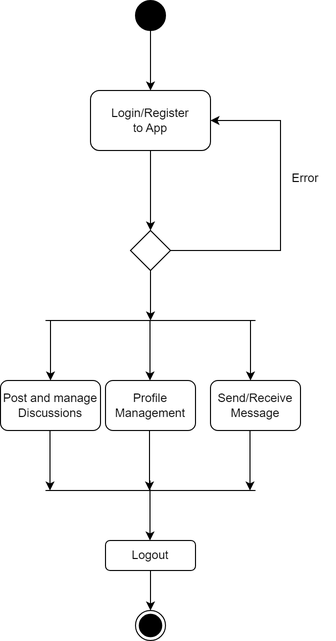
sushantbramhacharya/Labxplorer_documentations keeps this draw.io diagram as Diagrams/Activity.drawio.png. Above is the earlier version. Source tidied: cells renumbered, new cells last; positions are measured from the earlier drawing's top-left corner, leaving out a move shared by most shapes.
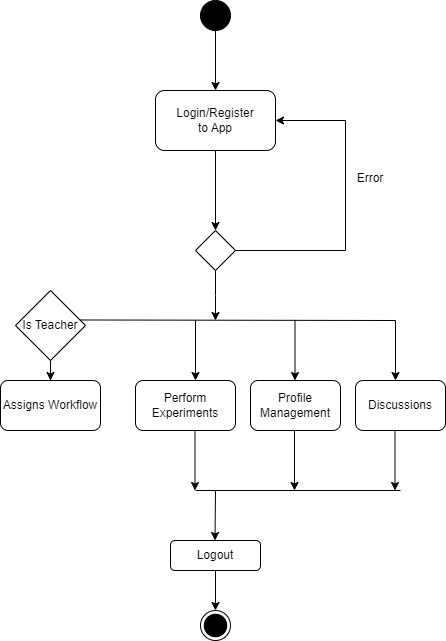
Later version of the same file.

Diff of the diagram source:
```diff
@@ -33,66 +33,65 @@
     <mxCell id="9" value="Error" style="text;html=1;strokeColor=none;fillColor=none;align=center;verticalAlign=middle;whiteSpace=wrap;rounded=0;" parent="1" vertex="1">
       <mxGeometry x="275" y="163" width="60" height="30" as="geometry" />
     </mxCell>
-    <mxCell id="10" style="endArrow=none;html=1;rounded=0;" parent="1" edge="1">
+    <mxCell id="10" style="endArrow=none;html=1;rounded=0;exitX=0.917;exitY=0.421;exitDx=0;exitDy=0;exitPerimeter=0;" parent="1" edge="1" source="28">
       <mxGeometry relative="1" as="geometry">
-        <mxPoint x="45" y="320" as="sourcePoint" />
-        <mxPoint x="255" y="320" as="targetPoint" />
+        <mxPoint x="330" y="320" as="targetPoint" />
       </mxGeometry>
     </mxCell>
     <mxCell id="11" style="endArrow=classic;html=1;rounded=0;" parent="1" edge="1">
       <mxGeometry relative="1" as="geometry">
-        <mxPoint x="50" y="320" as="sourcePoint" />
-        <mxPoint x="50" y="380" as="targetPoint" />
+        <mxPoint x="130" y="320" as="sourcePoint" />
+        <mxPoint x="130" y="380" as="targetPoint" />
       </mxGeometry>
     </mxCell>
     <mxCell id="12" style="endArrow=classic;html=1;rounded=0;" parent="1" edge="1">
       <mxGeometry relative="1" as="geometry">
-        <mxPoint x="250" y="320" as="sourcePoint" />
-        <mxPoint x="250" y="380" as="targetPoint" />
+        <mxPoint x="330" y="320" as="sourcePoint" />
+        <mxPoint x="330" y="380" as="targetPoint" />
       </mxGeometry>
     </mxCell>
     <mxCell id="13" style="endArrow=classic;html=1;rounded=0;" parent="1" edge="1">
       <mxGeometry relative="1" as="geometry">
-        <mxPoint x="149.5" y="320" as="sourcePoint" />
-        <mxPoint x="149.5" y="380" as="targetPoint" />
+        <mxPoint x="229.5" y="320" as="sourcePoint" />
+        <mxPoint x="229.5" y="380" as="targetPoint" />
       </mxGeometry>
     </mxCell>
-    <mxCell id="14" value="Post and manage Discussions" style="rounded=1;whiteSpace=wrap;html=1;" parent="1" vertex="1">
-      <mxGeometry y="380" width="100" height="50" as="geometry" />
+    <mxCell id="14" value="Perform Experiments" style="rounded=1;whiteSpace=wrap;html=1;" parent="1" vertex="1">
+      <mxGeometry x="70" y="380" width="100" height="50" as="geometry" />
     </mxCell>
     <mxCell id="15" value="Profile Management" style="rounded=1;whiteSpace=wrap;html=1;" parent="1" vertex="1">
-      <mxGeometry x="105" y="380" width="90" height="50" as="geometry" />
+      <mxGeometry x="185" y="380" width="90" height="50" as="geometry" />
     </mxCell>
-    <mxCell id="16" value="Send/Receive Message" style="rounded=1;whiteSpace=wrap;html=1;" parent="1" vertex="1">
-      <mxGeometry x="210" y="380" width="90" height="50" as="geometry" />
+    <mxCell id="16" value="Discussions" style="rounded=1;whiteSpace=wrap;html=1;" parent="1" vertex="1">
+      <mxGeometry x="290" y="380" width="90" height="50" as="geometry" />
     </mxCell>
     <mxCell id="17" style="endArrow=classic;html=1;rounded=0;" parent="1" edge="1">
       <mxGeometry relative="1" as="geometry">
-        <mxPoint x="49.5" y="430" as="sourcePoint" />
-        <mxPoint x="49.5" y="490" as="targetPoint" />
+        <mxPoint x="129.5" y="430" as="sourcePoint" />
+        <mxPoint x="129.5" y="490" as="targetPoint" />
       </mxGeometry>
     </mxCell>
     <mxCell id="18" style="endArrow=classic;html=1;rounded=0;" parent="1" edge="1">
       <mxGeometry relative="1" as="geometry">
-        <mxPoint x="249.5" y="430" as="sourcePoint" />
-        <mxPoint x="249.5" y="490" as="targetPoint" />
+        <mxPoint x="329.5" y="430" as="sourcePoint" />
+        <mxPoint x="329.5" y="490" as="targetPoint" />
       </mxGeometry>
     </mxCell>
     <mxCell id="19" style="endArrow=classic;html=1;rounded=0;" parent="1" edge="1">
       <mxGeometry relative="1" as="geometry">
-        <mxPoint x="149" y="430" as="sourcePoint" />
-        <mxPoint x="149" y="490" as="targetPoint" />
+        <mxPoint x="229" y="430" as="sourcePoint" />
+        <mxPoint x="229" y="490" as="targetPoint" />
       </mxGeometry>
     </mxCell>
     <mxCell id="20" style="endArrow=none;html=1;rounded=0;" parent="1" edge="1">
       <mxGeometry relative="1" as="geometry">
-        <mxPoint x="45" y="490" as="sourcePoint" />
-        <mxPoint x="255" y="490" as="targetPoint" />
+        <mxPoint x="130" y="490" as="sourcePoint" />
+        <mxPoint x="335" y="490" as="targetPoint" />
       </mxGeometry>
     </mxCell>
     <mxCell id="21" style="endArrow=classic;html=1;rounded=0;" parent="1" edge="1">
       <mxGeometry relative="1" as="geometry">
-        <mxPoint x="149.5" y="480" as="sourcePoint" />
+        <mxPoint x="150" y="490" as="sourcePoint" />
         <mxPoint x="149.5" y="540" as="targetPoint" />
       </mxGeometry>
     </mxCell>
@@ -108,5 +107,14 @@
     <mxCell id="25" style="ellipse;whiteSpace=wrap;html=1;fillColor=#000000;" parent="1" vertex="1">
       <mxGeometry x="138.8" y="613.8" width="22.5" height="22.5" as="geometry" />
     </mxCell>
+    <mxCell id="26" value="Assigns Workflow" style="rounded=1;whiteSpace=wrap;html=1;" parent="1" vertex="1">
+      <mxGeometry x="-65" y="380" width="100" height="50" as="geometry" />
+    </mxCell>
+    <mxCell id="27" style="edgeStyle=orthogonalEdgeStyle;rounded=0;jettySize=auto;html=1;" parent="1" edge="1" source="28" target="26">
+      <mxGeometry relative="1" as="geometry" />
+    </mxCell>
+    <mxCell id="28" value="Is Teacher" style="rhombus;whiteSpace=wrap;html=1;" parent="1" vertex="1">
+      <mxGeometry x="-50" y="290" width="70" height="70" as="geometry" />
+    </mxCell>
   </root>
 </mxGraphModel>
```
